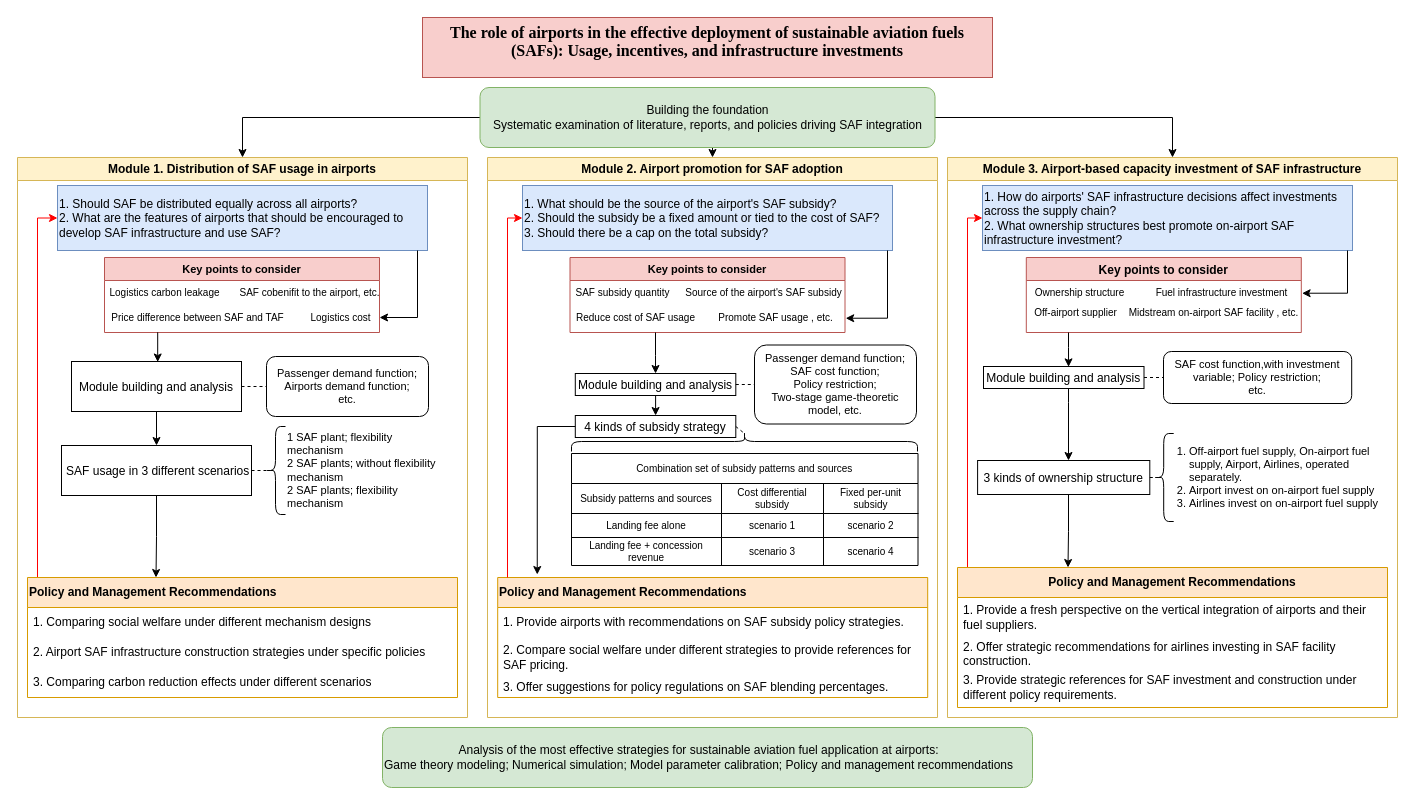
This is 技术路线图.drawio from HengfeiMa95/paper-reading, a draw.io file, before an edit. Source tidied: cells renumbered, new cells numbered last; positions are measured from the earlier drawing's top-left corner, leaving out a move shared by most shapes. Both pictures are drawn from the tidied source at 100%, with x=0, y=0 at pixel (17, 17).
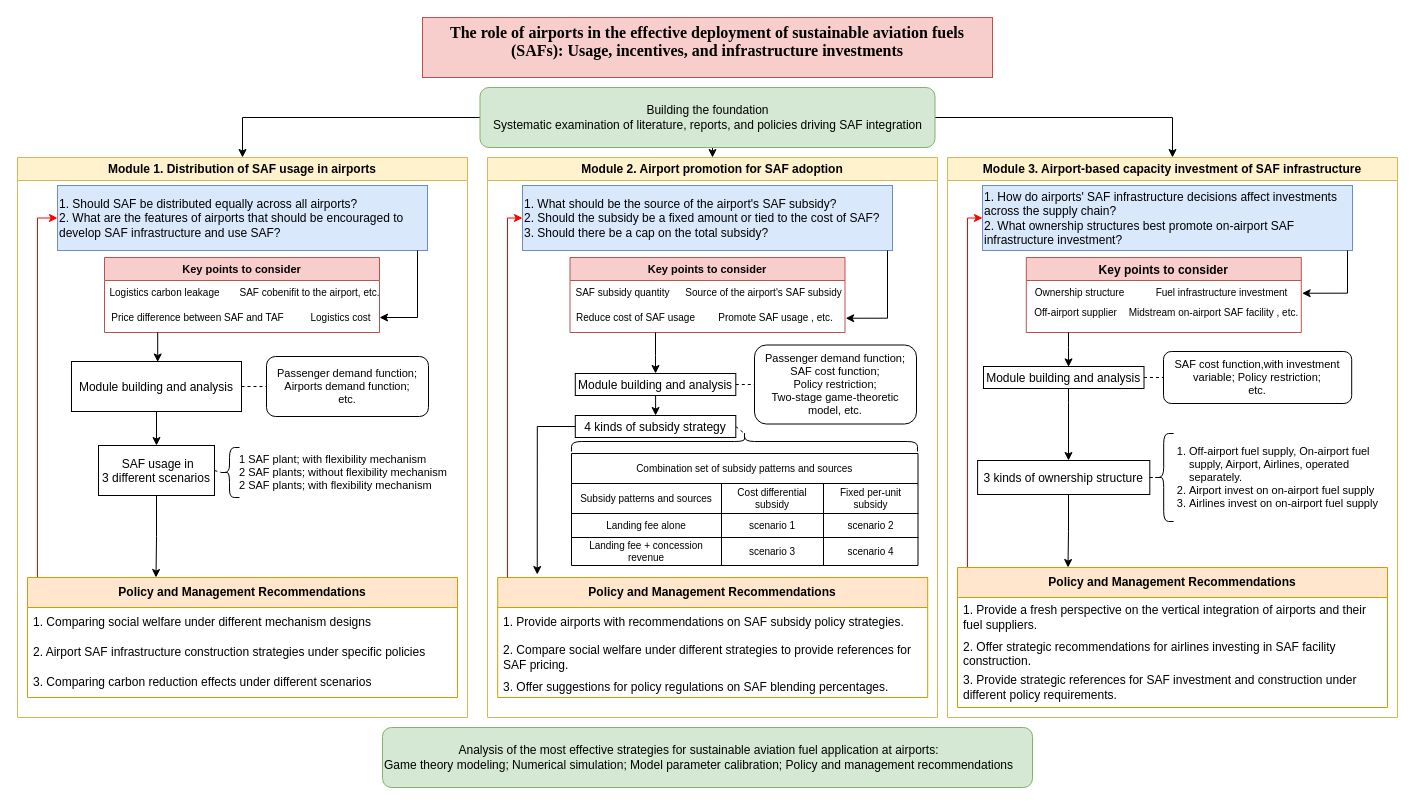
Above is the later version.

Commit message:
Update 技术路线图.drawio

The change refers to these unchanged cells:
```xml
<mxCell id="2" value="Module 1. Distribution of SAF usage in airports" style="swimlane;whiteSpace=wrap;fillColor=#fff2cc;strokeColor=#d6b656;" parent="1" vertex="1">
  <mxGeometry y="140" width="450" height="560" as="geometry" />
</mxCell>
<mxCell id="25" value="Module 2. Airport promotion for SAF adoption" style="swimlane;whiteSpace=wrap;fillColor=#fff2cc;strokeColor=#d6b656;" parent="1" vertex="1">
  <mxGeometry x="470" y="140" width="450" height="560" as="geometry" />
</mxCell>
```

Change to the diagram source:
```diff
@@
-    <mxCell id="6" value=" SAF usage in 3 different scenarios" parent="2" vertex="1">
-      <mxGeometry x="44" y="288" width="190" height="50" as="geometry" />
+    <mxCell id="6" value=" SAF usage in&#10;3 different scenarios" parent="2" vertex="1">
+      <mxGeometry x="81" y="288" width="116" height="50" as="geometry" />
     </mxCell>
@@
     <mxCell id="9" style="shape=curlyBracket;whiteSpace=wrap;html=1;rounded=1;labelPosition=left;verticalLabelPosition=middle;align=right;verticalAlign=middle;size=0.5;rotation=0;" parent="2" vertex="1">
-      <mxGeometry x="248" y="269" width="20" height="88" as="geometry" />
+      <mxGeometry x="202" y="290" width="20" height="50" as="geometry" />
     </mxCell>
@@
-    <mxCell id="12" value="&lt;span style=&quot;font-weight: 700; text-align: -webkit-center;&quot;&gt;Policy and Management Recommendations&lt;/span&gt;" style="swimlane;fontStyle=0;horizontal=1;startSize=30;whiteSpace=wrap;html=1;align=left;verticalAlign=middle;fontFamily=Helvetica;fontSize=12;fillColor=#ffe6cc;strokeColor=#d79b00;" parent="2" vertex="1">
+    <mxCell id="12" value="&lt;span style=&quot;font-weight: 700;&quot;&gt;Policy and Management Recommendations&lt;/span&gt;" style="swimlane;fontStyle=0;horizontal=1;startSize=30;whiteSpace=wrap;html=1;align=center;verticalAlign=middle;fontFamily=Helvetica;fontSize=12;fillColor=#ffe6cc;strokeColor=#d79b00;" parent="2" vertex="1">
       <mxGeometry x="10" y="420" width="430" height="120" as="geometry" />
     </mxCell>
@@
-    <mxCell id="17" value="&lt;span style=&quot;background-color: initial; font-size: 11px;&quot;&gt;1 SAF plant; flexibility mechanism&amp;nbsp;&lt;/span&gt;&lt;br style=&quot;font-size: 11px;&quot;&gt;&lt;span style=&quot;background-color: initial; font-size: 11px;&quot;&gt;2 SAF plants; without flexibility mechanism&lt;/span&gt;&lt;br style=&quot;font-size: 11px;&quot;&gt;&lt;span style=&quot;background-color: initial; font-size: 11px;&quot;&gt;2 SAF plants; flexibility mechanism&lt;/span&gt;" style="text;strokeColor=none;fillColor=none;html=1;whiteSpace=wrap;verticalAlign=middle;overflow=hidden;fontSize=11;" parent="2" vertex="1">
-      <mxGeometry x="268" y="252" width="162" height="122" as="geometry" />
+    <mxCell id="17" value="&lt;span style=&quot;background-color: initial; font-size: 11px;&quot;&gt;1 SAF plant; with flexibility mechanism&amp;nbsp;&lt;/span&gt;&lt;br style=&quot;font-size: 11px;&quot;&gt;&lt;span style=&quot;background-color: initial; font-size: 11px;&quot;&gt;2 SAF plants; without flexibility mechanism&lt;/span&gt;&lt;br style=&quot;font-size: 11px;&quot;&gt;&lt;span style=&quot;background-color: initial; font-size: 11px;&quot;&gt;2 SAF plants; with flexibility mechanism&lt;/span&gt;" style="text;strokeColor=none;fillColor=none;html=1;whiteSpace=wrap;verticalAlign=middle;overflow=hidden;fontSize=11;" parent="2" vertex="1">
+      <mxGeometry x="220" y="286" width="210" height="58" as="geometry" />
     </mxCell>
@@
-    <mxCell id="47" value="&lt;span style=&quot;font-weight: 700; text-align: -webkit-center;&quot;&gt;Policy and Management Recommendations&lt;/span&gt;" style="swimlane;fontStyle=0;horizontal=1;startSize=30;whiteSpace=wrap;html=1;align=left;verticalAlign=middle;fontFamily=Helvetica;fontSize=12;fillColor=#ffe6cc;strokeColor=#d79b00;" parent="25" vertex="1">
+    <mxCell id="47" value="&lt;span style=&quot;font-weight: 700;&quot;&gt;Policy and Management Recommendations&lt;/span&gt;" style="swimlane;fontStyle=0;horizontal=1;startSize=30;whiteSpace=wrap;html=1;align=center;verticalAlign=middle;fontFamily=Helvetica;fontSize=12;fillColor=#ffe6cc;strokeColor=#d79b00;" parent="25" vertex="1">
       <mxGeometry x="10.2" y="420" width="430" height="120" as="geometry" />
     </mxCell>
```
